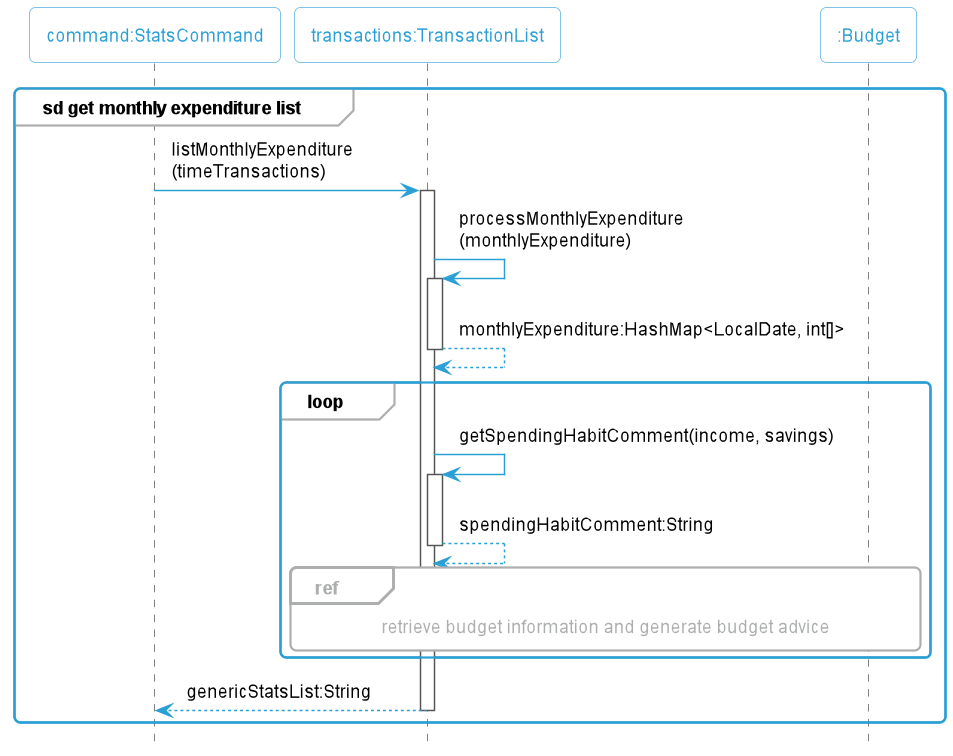
Before: docs/images/StatsCommandMonthlyExpenditureSequenceDiagram.png, a diagram exported from PlantUML (nus-cs2113-AY2223S1/tp).
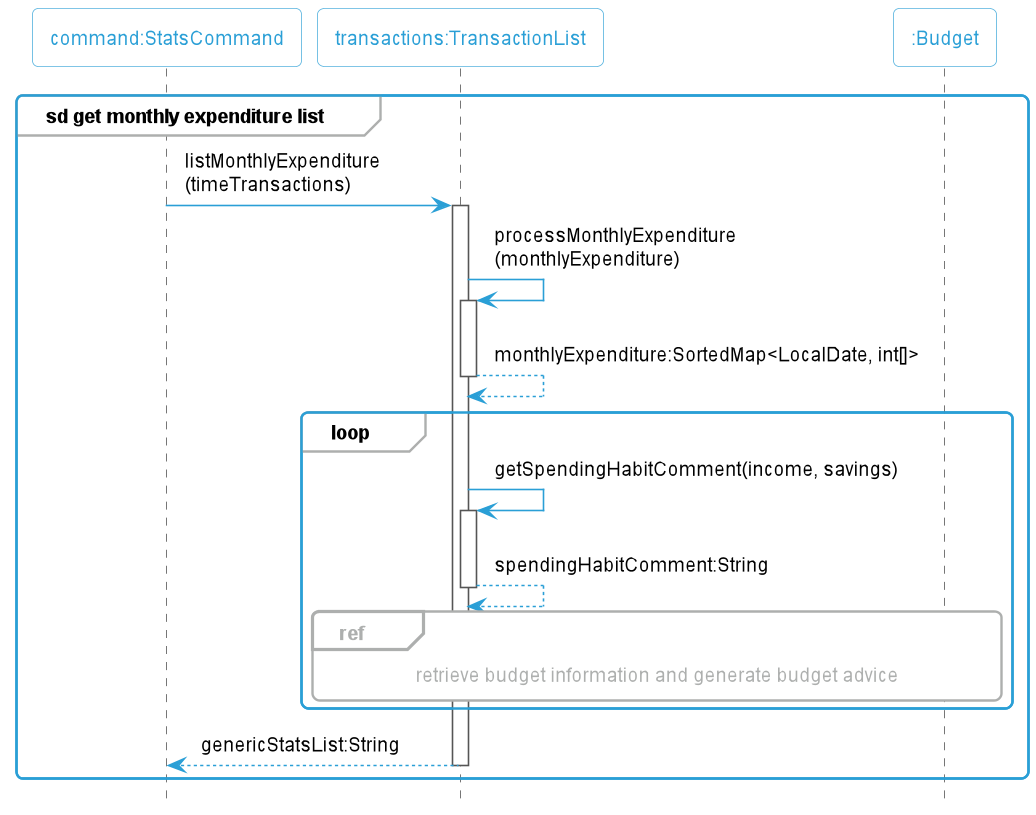
After the commit.

Commit message:
Fix minor sequence diagram issue pre-release

The edit, as a diff of the source:
```diff
@@ -10,7 +10,7 @@
 activate transactions
 transactions -> transactions:processMonthlyExpenditure\n(monthlyExpenditure)
 activate transactions
-return monthlyExpenditure:HashMap<LocalDate, int[]>
+return monthlyExpenditure:SortedMap<LocalDate, int[]>
 loop
     transactions -> transactions:getSpendingHabitComment(income, savings)
     activate transactions
```
